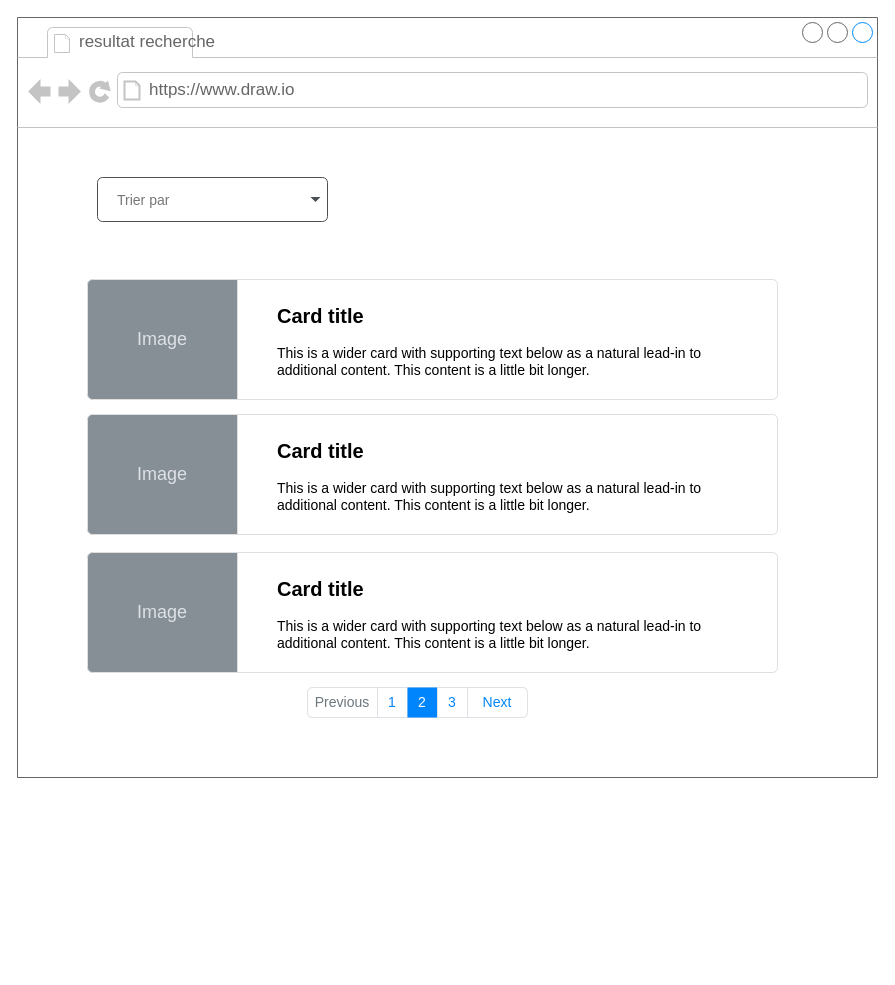
Above: page "resultat recherche" (2 of 2) of maquetter_une_application/realiser_la_maquette_ux_ui/phase_3/maquetage_usager.drawio in Rustam0-0/cda (draw.io), before the change. Source tidied: cells renumbered, new cells numbered last; positions are measured from the earlier drawing's top-left corner, leaving out a move shared by most shapes. Both pictures are drawn from the tidied source at 100%, with x=0, y=0 at pixel (17, 17).
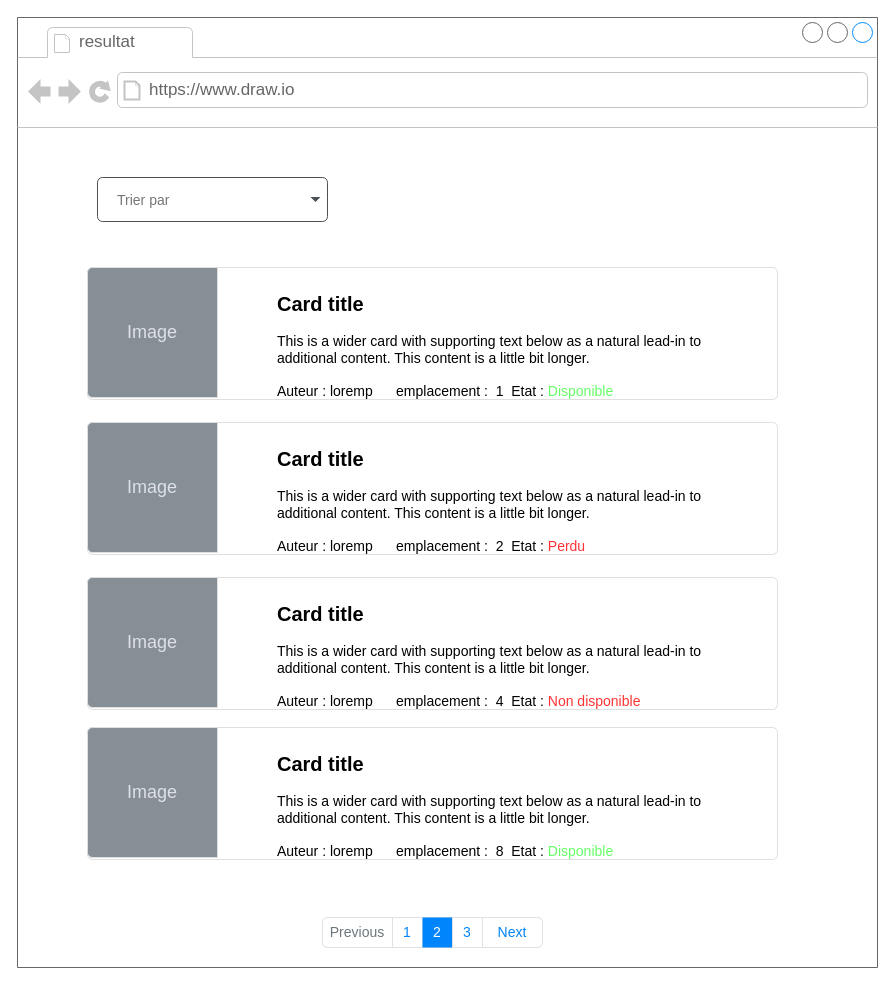
The same page after the edit.

Commit message:
mise à jour

Change to the diagram source:
```diff
@@
     <mxCell id="2" style="strokeWidth=1;shadow=0;dashed=0;align=center;html=1;shape=mxgraph.mockup.containers.browserWindow;rSize=0;strokeColor=#666666;strokeColor2=#008cff;strokeColor3=#c4c4c4;mainText=,;" parent="1" vertex="1">
-      <mxGeometry width="860" height="760" as="geometry" />
+      <mxGeometry width="860" height="950" as="geometry" />
     </mxCell>
-    <mxCell id="3" value="resultat recherche" style="strokeWidth=1;shadow=0;dashed=0;align=center;html=1;shape=mxgraph.mockup.containers.anchor;fontSize=17;fontColor=#666666;align=left;" parent="2" vertex="1">
+    <mxCell id="3" value="resultat&amp;nbsp;" style="strokeWidth=1;shadow=0;dashed=0;align=center;html=1;shape=mxgraph.mockup.containers.anchor;fontSize=17;fontColor=#666666;align=left;" parent="2" vertex="1">
       <mxGeometry x="60" y="12" width="110" height="26" as="geometry" />
     </mxCell>
@@
-    <mxCell id="5" value="&lt;b&gt;&lt;font style=&quot;font-size: 20px&quot;&gt;Card title&lt;/font&gt;&lt;/b&gt;&lt;br&gt;&lt;br&gt;This is a wider card with supporting text below as a natural lead-in to additional content. This content is a little bit longer.&lt;br&gt;&lt;br&gt;" style="html=1;shadow=0;dashed=0;shape=mxgraph.bootstrap.rrect;rSize=5;strokeColor=#DFDFDF;html=1;whiteSpace=wrap;fillColor=#ffffff;fontColor=#000000;verticalAlign=top;align=left;spacing=20;fontSize=14;spacingLeft=170;" parent="2" vertex="1">
-      <mxGeometry x="70" y="262" width="690" height="120" as="geometry" />
-    </mxCell>
-    <mxCell id="6" value="Image" style="html=1;shadow=0;dashed=0;shape=mxgraph.bootstrap.leftButton;rSize=5;perimeter=none;whiteSpace=wrap;fillColor=#868E96;strokeColor=#DFDFDF;fontColor=#DEE2E6;fontSize=18;" parent="5" vertex="1">
-      <mxGeometry width="150" height="120" relative="1" as="geometry" />
-    </mxCell>
     <mxCell id="7" style="html=1;shadow=0;dashed=0;shape=mxgraph.bootstrap.rrect;rSize=5;strokeColor=#DEE2E6;html=1;whiteSpace=wrap;fillColor=#ffffff;fontColor=#0085FC;fontSize=14;" parent="2" vertex="1">
-      <mxGeometry x="290" y="670" width="220" height="30" as="geometry" />
+      <mxGeometry x="305" y="900" width="220" height="30" as="geometry" />
     </mxCell>
@@
-    <mxCell id="15" value="&lt;b&gt;&lt;font style=&quot;font-size: 20px&quot;&gt;Card title&lt;/font&gt;&lt;/b&gt;&lt;br&gt;&lt;br&gt;This is a wider card with supporting text below as a natural lead-in to additional content. This content is a little bit longer.&lt;br&gt;&lt;br&gt;" style="html=1;shadow=0;dashed=0;shape=mxgraph.bootstrap.rrect;rSize=5;strokeColor=#DFDFDF;html=1;whiteSpace=wrap;fillColor=#ffffff;fontColor=#000000;verticalAlign=top;align=left;spacing=20;fontSize=14;spacingLeft=170;" parent="1" vertex="1">
-      <mxGeometry x="70" y="397" width="690" height="120" as="geometry" />
-    </mxCell>
-    <mxCell id="16" value="Image" style="html=1;shadow=0;dashed=0;shape=mxgraph.bootstrap.leftButton;rSize=5;perimeter=none;whiteSpace=wrap;fillColor=#868E96;strokeColor=#DFDFDF;fontColor=#DEE2E6;fontSize=18;" parent="15" vertex="1">
-      <mxGeometry width="150" height="120" relative="1" as="geometry" />
-    </mxCell>
-    <mxCell id="17" value="&lt;b&gt;&lt;font style=&quot;font-size: 20px&quot;&gt;Card title&lt;/font&gt;&lt;/b&gt;&lt;br&gt;&lt;br&gt;This is a wider card with supporting text below as a natural lead-in to additional content. This content is a little bit longer.&lt;br&gt;&lt;br&gt;" style="html=1;shadow=0;dashed=0;shape=mxgraph.bootstrap.rrect;rSize=5;strokeColor=#DFDFDF;html=1;whiteSpace=wrap;fillColor=#ffffff;fontColor=#000000;verticalAlign=top;align=left;spacing=20;fontSize=14;spacingLeft=170;" parent="1" vertex="1">
-      <mxGeometry x="70" y="535" width="690" height="120" as="geometry" />
-    </mxCell>
-    <mxCell id="18" value="Image" style="html=1;shadow=0;dashed=0;shape=mxgraph.bootstrap.leftButton;rSize=5;perimeter=none;whiteSpace=wrap;fillColor=#868E96;strokeColor=#DFDFDF;fontColor=#DEE2E6;fontSize=18;" parent="17" vertex="1">
-      <mxGeometry width="150" height="120" relative="1" as="geometry" />
-    </mxCell>
+    <mxCell id="5" value="&lt;b&gt;&lt;font style=&quot;font-size: 20px&quot;&gt;Card title&lt;/font&gt;&lt;/b&gt;&lt;br&gt;&lt;br&gt;This is a wider card with supporting text below as a natural lead-in to additional content. This content is a little bit longer.&lt;br&gt;&lt;br&gt;Auteur : loremp&amp;nbsp; &amp;nbsp; &amp;nbsp; emplacement :&amp;nbsp; 1&amp;nbsp; Etat : &lt;font color=&quot;#66ff66&quot;&gt;Disponible&lt;/font&gt;" style="html=1;shadow=0;dashed=0;shape=mxgraph.bootstrap.rrect;rSize=5;strokeColor=#DFDFDF;html=1;whiteSpace=wrap;fillColor=#ffffff;fontColor=#000000;verticalAlign=top;align=left;spacing=20;fontSize=14;spacingLeft=170;" parent="2" vertex="1">
+      <mxGeometry x="70" y="250" width="690" height="132" as="geometry" />
+    </mxCell>
+    <mxCell id="6" value="Image" style="html=1;shadow=0;dashed=0;shape=mxgraph.bootstrap.leftButton;rSize=5;perimeter=none;whiteSpace=wrap;fillColor=#868E96;strokeColor=#DFDFDF;fontColor=#DEE2E6;fontSize=18;" parent="5" vertex="1">
+      <mxGeometry width="130" height="130" relative="1" as="geometry" />
+    </mxCell>
+    <mxCell id="19" value="&lt;b&gt;&lt;font style=&quot;font-size: 20px&quot;&gt;Card title&lt;/font&gt;&lt;/b&gt;&lt;br&gt;&lt;br&gt;This is a wider card with supporting text below as a natural lead-in to additional content. This content is a little bit longer.&lt;br&gt;&lt;br&gt;Auteur : loremp&amp;nbsp; &amp;nbsp; &amp;nbsp; emplacement :&amp;nbsp; 4&amp;nbsp; Etat : &lt;font color=&quot;#ff3333&quot;&gt;Non disponible&lt;/font&gt;" style="html=1;shadow=0;dashed=0;shape=mxgraph.bootstrap.rrect;rSize=5;strokeColor=#DFDFDF;html=1;whiteSpace=wrap;fillColor=#ffffff;fontColor=#000000;verticalAlign=top;align=left;spacing=20;fontSize=14;spacingLeft=170;" parent="2" vertex="1">
+      <mxGeometry x="70" y="560" width="690" height="132" as="geometry" />
+    </mxCell>
+    <mxCell id="20" value="Image" style="html=1;shadow=0;dashed=0;shape=mxgraph.bootstrap.leftButton;rSize=5;perimeter=none;whiteSpace=wrap;fillColor=#868E96;strokeColor=#DFDFDF;fontColor=#DEE2E6;fontSize=18;" parent="19" vertex="1">
+      <mxGeometry width="130" height="130" relative="1" as="geometry" />
+    </mxCell>
+    <mxCell id="21" value="&lt;b&gt;&lt;font style=&quot;font-size: 20px&quot;&gt;Card title&lt;/font&gt;&lt;/b&gt;&lt;br&gt;&lt;br&gt;This is a wider card with supporting text below as a natural lead-in to additional content. This content is a little bit longer.&lt;br&gt;&lt;br&gt;Auteur : loremp&amp;nbsp; &amp;nbsp; &amp;nbsp; emplacement :&amp;nbsp; 8&amp;nbsp; Etat : &lt;font color=&quot;#66ff66&quot;&gt;Disponible&lt;/font&gt;" style="html=1;shadow=0;dashed=0;shape=mxgraph.bootstrap.rrect;rSize=5;strokeColor=#DFDFDF;html=1;whiteSpace=wrap;fillColor=#ffffff;fontColor=#000000;verticalAlign=top;align=left;spacing=20;fontSize=14;spacingLeft=170;" parent="2" vertex="1">
+      <mxGeometry x="70" y="710" width="690" height="132" as="geometry" />
+    </mxCell>
+    <mxCell id="22" value="Image" style="html=1;shadow=0;dashed=0;shape=mxgraph.bootstrap.leftButton;rSize=5;perimeter=none;whiteSpace=wrap;fillColor=#868E96;strokeColor=#DFDFDF;fontColor=#DEE2E6;fontSize=18;" parent="21" vertex="1">
+      <mxGeometry width="130" height="130" relative="1" as="geometry" />
+    </mxCell>
+    <mxCell id="23" value="&lt;b&gt;&lt;font style=&quot;font-size: 20px&quot;&gt;Card title&lt;/font&gt;&lt;/b&gt;&lt;br&gt;&lt;br&gt;This is a wider card with supporting text below as a natural lead-in to additional content. This content is a little bit longer.&lt;br&gt;&lt;br&gt;Auteur : loremp&amp;nbsp; &amp;nbsp; &amp;nbsp; emplacement :&amp;nbsp; 2&amp;nbsp; Etat : &lt;font color=&quot;#ff3333&quot;&gt;Perdu&lt;/font&gt;" style="html=1;shadow=0;dashed=0;shape=mxgraph.bootstrap.rrect;rSize=5;strokeColor=#DFDFDF;html=1;whiteSpace=wrap;fillColor=#ffffff;fontColor=#000000;verticalAlign=top;align=left;spacing=20;fontSize=14;spacingLeft=170;" parent="1" vertex="1">
+      <mxGeometry x="70" y="405" width="690" height="132" as="geometry" />
+    </mxCell>
+    <mxCell id="24" value="Image" style="html=1;shadow=0;dashed=0;shape=mxgraph.bootstrap.leftButton;rSize=5;perimeter=none;whiteSpace=wrap;fillColor=#868E96;strokeColor=#DFDFDF;fontColor=#DEE2E6;fontSize=18;" parent="23" vertex="1">
+      <mxGeometry width="130" height="130" relative="1" as="geometry" />
+    </mxCell>
```
